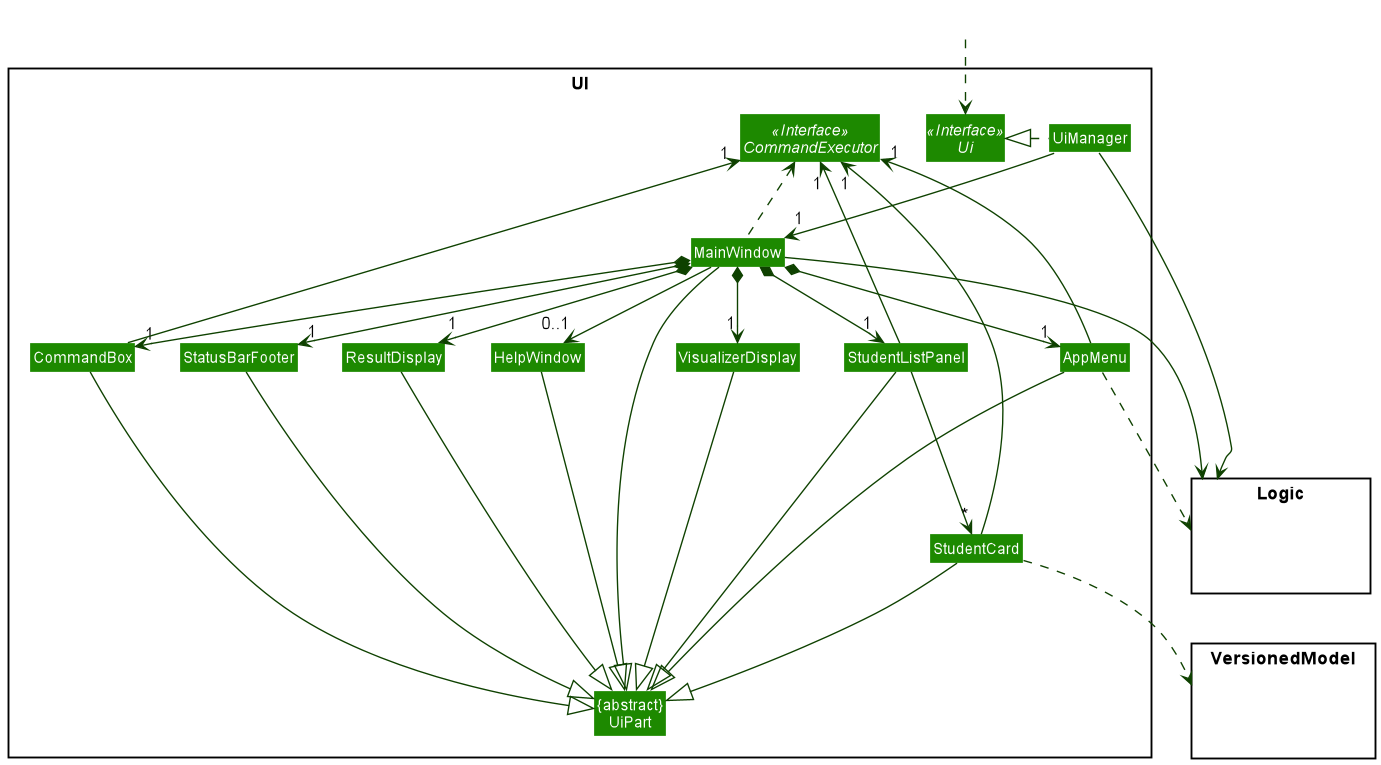
Earlier version of the PlantUML export docs/images/dg/architecture/ui/UiClassDiagram.png (nus-cs2103-AY2122S1/tp). Its source is kept beside it as docs/diagrams/architecture/ui/UiClassDiagram.puml.
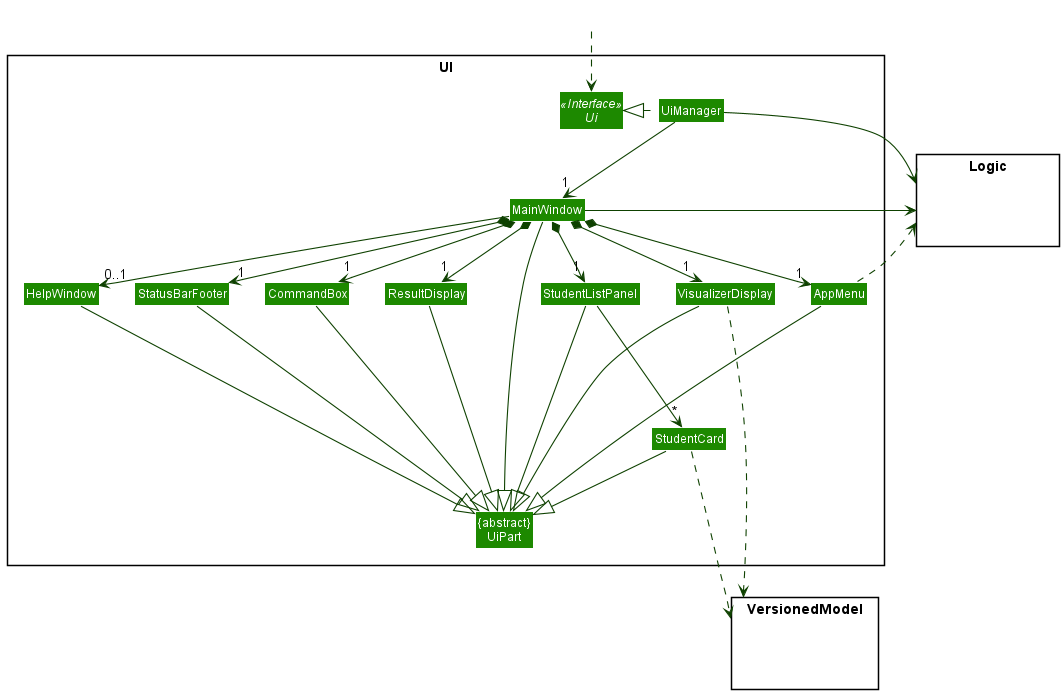
The same diagram one commit later.

Change to the diagram source:
```diff
@@ -6,7 +6,6 @@
 
 package UI <<Rectangle>>{
 Interface Ui <<Interface>>
-Interface CommandExecutor <<Interface>>
 Class "{abstract}\nUiPart" as UiPart
 Class AppMenu
 Class VisualizerDisplay
@@ -54,22 +53,15 @@
 StatusBarFooter --|> UiPart
 StudentCard --|> UiPart
 
-MainWindow ..up> CommandExecutor
-StudentCard -up> "1" CommandExecutor
-StudentListPanel -up> "1" CommandExecutor
-CommandBox -up> "1" CommandExecutor
-AppMenu -up> "1" CommandExecutor
-
 AppMenu ...> Logic
 
 StudentCard ..> VersionedModel
-UiManager -right-> Logic
-MainWindow --> Logic
+VisualizerDisplay .> VersionedModel
+UiManager -left-> Logic
+MainWindow -left-> Logic
 
 StudentListPanel -[hidden]left- HelpWindow
-HelpWindow -[hidden]left- CommandBox
-CommandBox -[hidden]left- ResultDisplay
-ResultDisplay -[hidden]left- StatusBarFooter
+CommandBox -[hidden]right- ResultDisplay
 StatusBarFooter -[hidden]left- AppMenu
 AppMenu -[hidden]left- VisualizerDisplay
 @enduml
```
